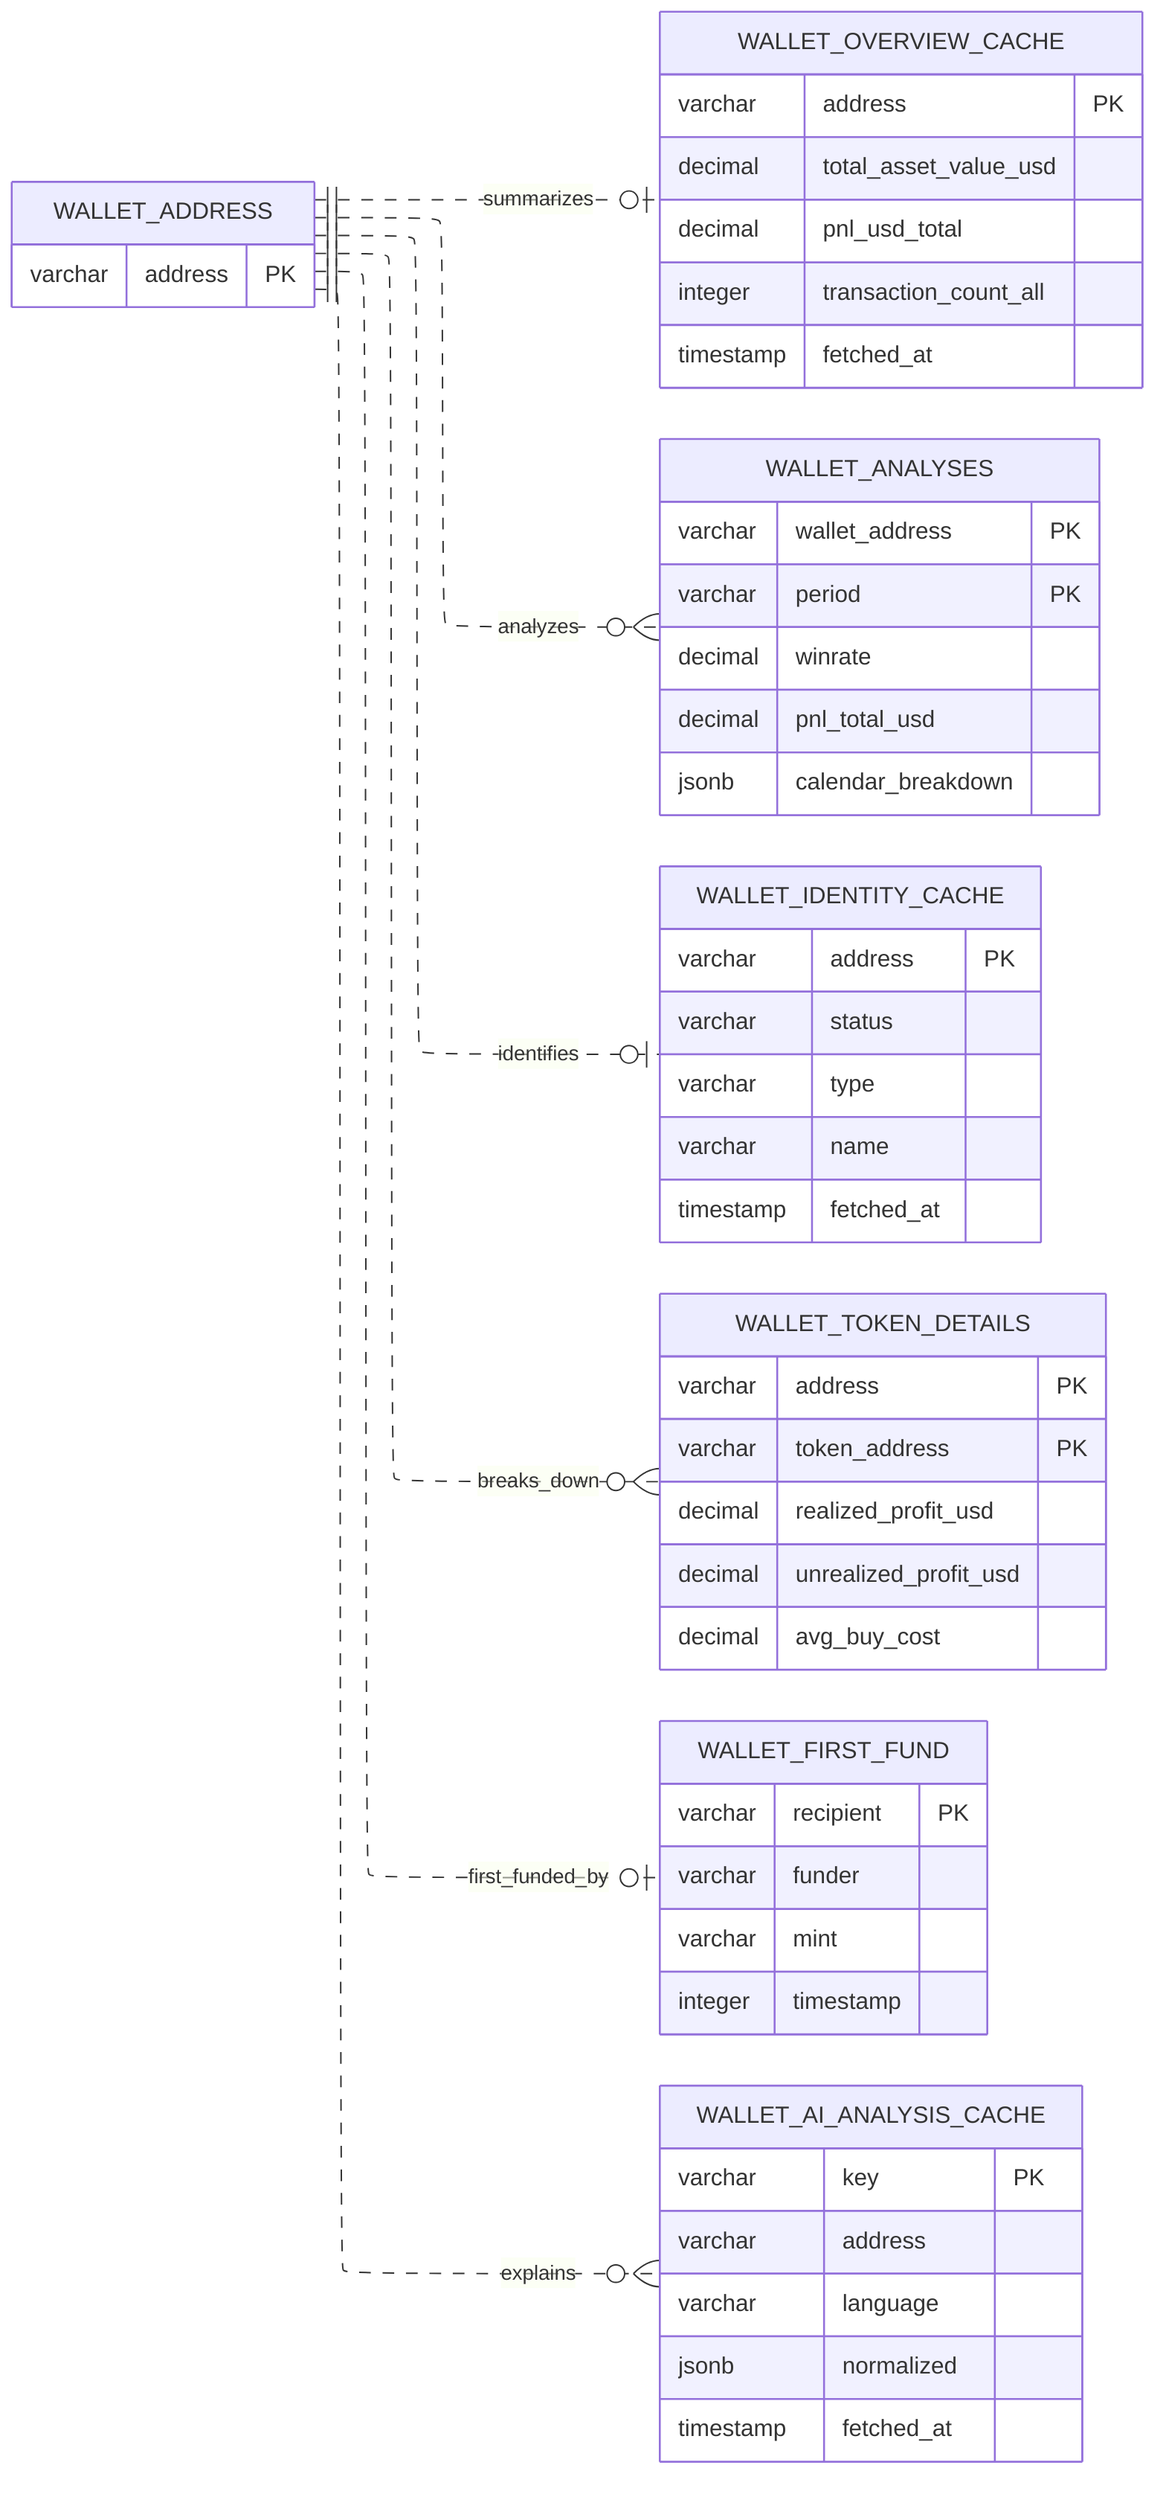
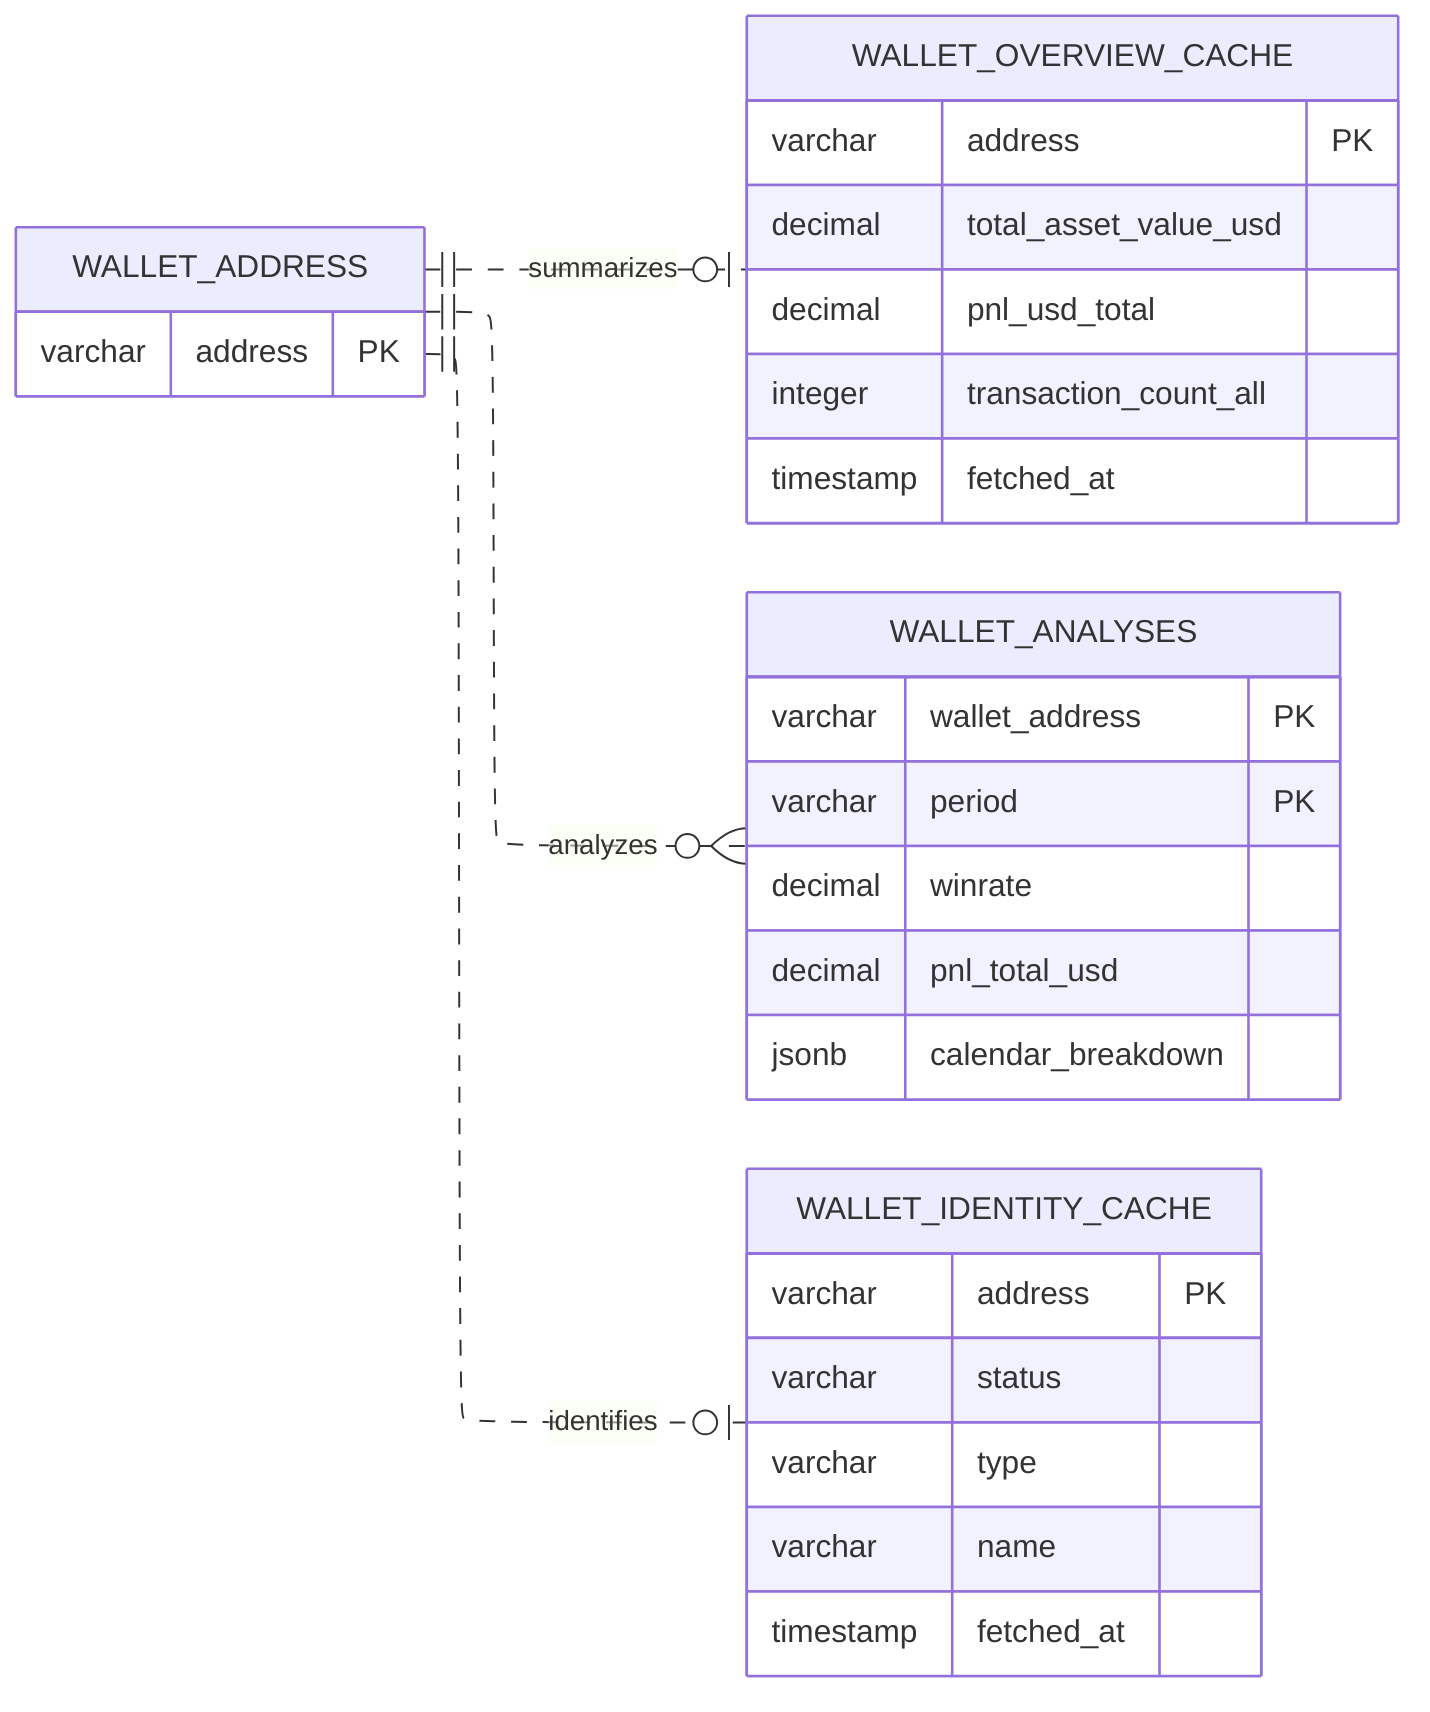
---
config:
  layout: elk
---
erDiagram
    direction LR

    WALLET_ADDRESS {
        varchar address PK
    }
    WALLET_OVERVIEW_CACHE {
        varchar address PK
        decimal total_asset_value_usd
        decimal pnl_usd_total
        integer transaction_count_all
        timestamp fetched_at
    }
    WALLET_ANALYSES {
        varchar wallet_address PK
        varchar period PK
        decimal winrate
        decimal pnl_total_usd
        jsonb calendar_breakdown
    }
    WALLET_IDENTITY_CACHE {
        varchar address PK
        varchar status
        varchar type
        varchar name
        timestamp fetched_at
    }
-     WALLET_TOKEN_DETAILS {
-         varchar address PK
-         varchar token_address PK
-         decimal realized_profit_usd
-         decimal unrealized_profit_usd
-         decimal avg_buy_cost
-     }
-     WALLET_FIRST_FUND {
-         varchar recipient PK
-         varchar funder
-         varchar mint
-         integer timestamp
-     }
-     WALLET_AI_ANALYSIS_CACHE {
-         varchar key PK
-         varchar address
-         varchar language
-         jsonb normalized
-         timestamp fetched_at
-     }

    WALLET_ADDRESS ||..o| WALLET_OVERVIEW_CACHE : summarizes
    WALLET_ADDRESS ||..o{ WALLET_ANALYSES : analyzes
    WALLET_ADDRESS ||..o| WALLET_IDENTITY_CACHE : identifies
-     WALLET_ADDRESS ||..o{ WALLET_TOKEN_DETAILS : breaks_down
-     WALLET_ADDRESS ||..o| WALLET_FIRST_FUND : first_funded_by
-     WALLET_ADDRESS ||..o{ WALLET_AI_ANALYSIS_CACHE : explains
